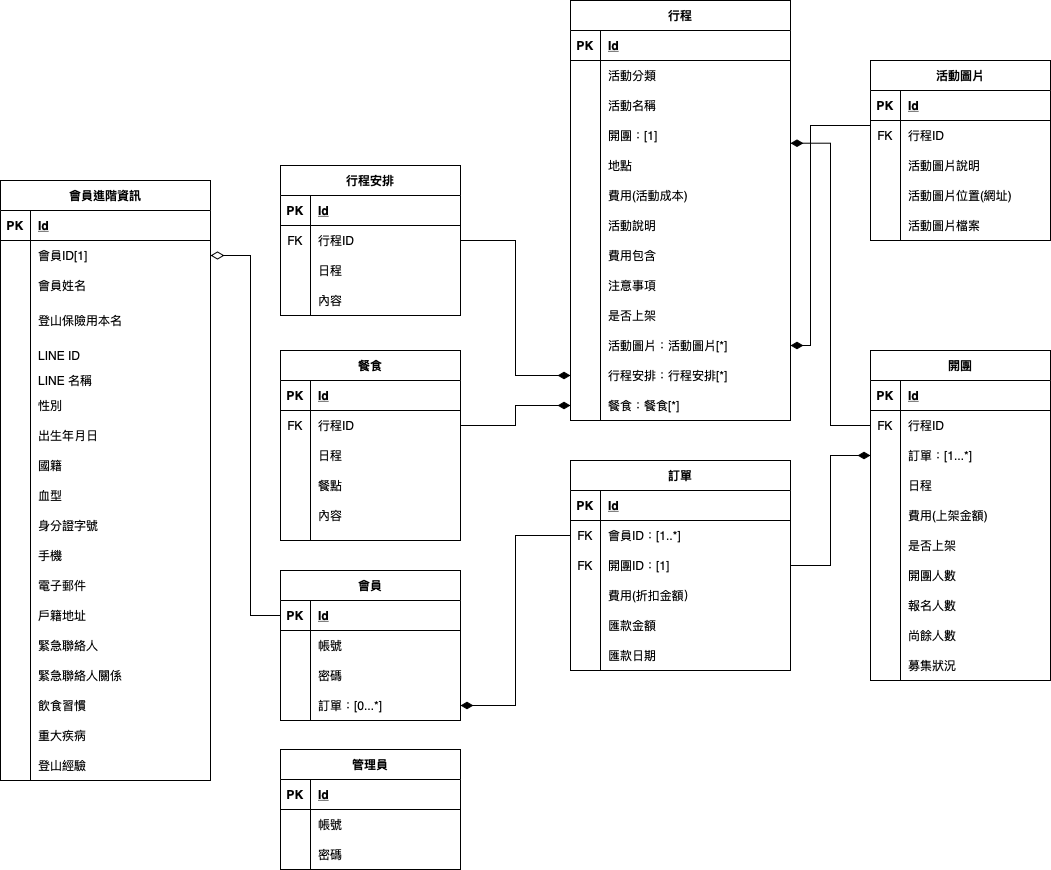
Above: Untitled Diagram.png in Yizi-Yeh/MT-Databaseplanning (draw.io), before the change. Source tidied: cells renumbered, new cells last; positions are measured from the earlier drawing's top-left corner, leaving out a move shared by most shapes.
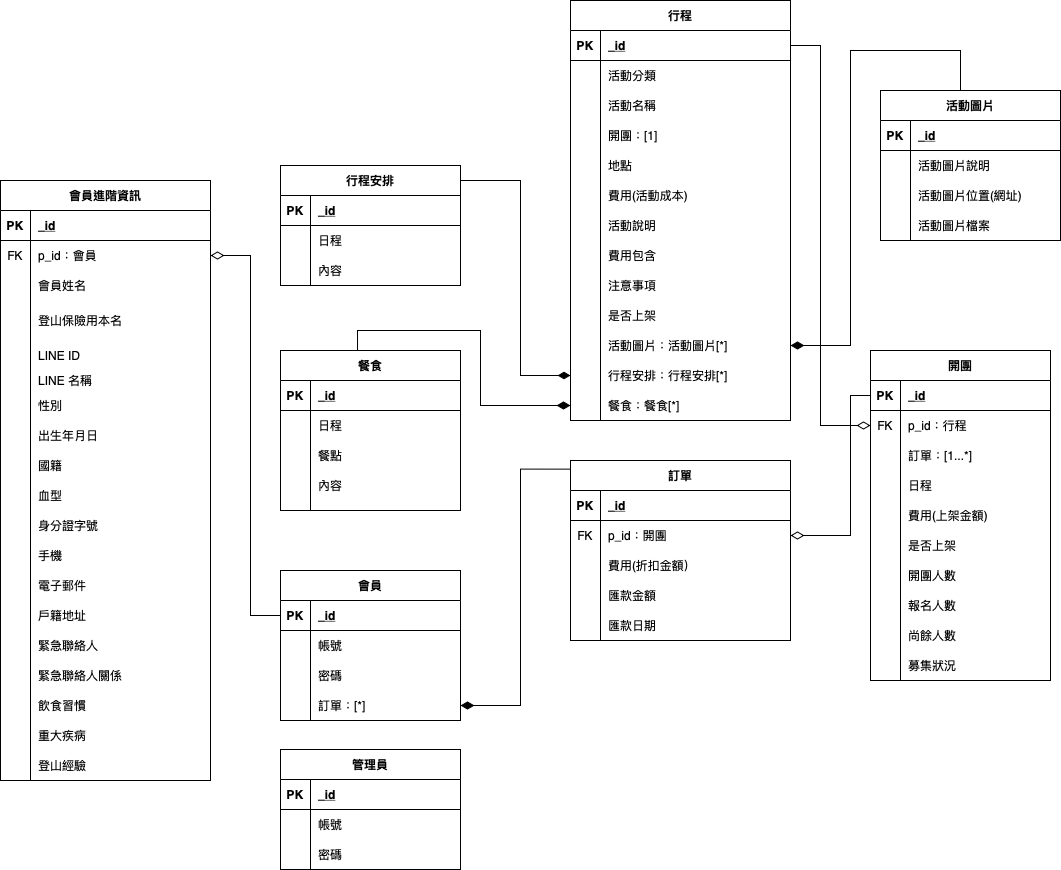
The same file after the commit.

Commit message:
資料庫規劃_R9.png

The edit, as a diff of the source:
```diff
@@ -13,3 +13,3 @@
     </mxCell>
-    <mxCell id="5" value="Id" style="shape=partialRectangle;fillColor=none;top=0;left=0;bottom=0;right=0;align=left;spacingLeft=6;fontStyle=5;overflow=hidden;" parent="3" vertex="1">
+    <mxCell id="5" value="_id" style="shape=partialRectangle;fillColor=none;top=0;left=0;bottom=0;right=0;align=left;spacingLeft=6;fontStyle=5;overflow=hidden;" parent="3" vertex="1">
       <mxGeometry x="30" width="190" height="30" as="geometry" />
@@ -133,3 +133,3 @@
     </mxCell>
-    <mxCell id="45" value="Id" style="shape=partialRectangle;fillColor=none;top=0;left=0;bottom=0;right=0;align=left;spacingLeft=6;fontStyle=5;overflow=hidden;" parent="43" vertex="1">
+    <mxCell id="45" value="_id" style="shape=partialRectangle;fillColor=none;top=0;left=0;bottom=0;right=0;align=left;spacingLeft=6;fontStyle=5;overflow=hidden;" parent="43" vertex="1">
       <mxGeometry x="30" width="150" height="30" as="geometry" />
@@ -142,3 +142,3 @@
     </mxCell>
-    <mxCell id="48" value="行程ID" style="shape=partialRectangle;fillColor=none;top=0;left=0;bottom=0;right=0;align=left;spacingLeft=6;fontStyle=0;overflow=hidden;" parent="46" vertex="1">
+    <mxCell id="48" value="p_id：行程" style="shape=partialRectangle;fillColor=none;top=0;left=0;bottom=0;right=0;align=left;spacingLeft=6;fontStyle=0;overflow=hidden;" parent="46" vertex="1">
       <mxGeometry x="30" width="150" height="30" as="geometry" />
@@ -218,3 +218,3 @@
     <mxCell id="73" value="行程安排" style="shape=table;startSize=30;rowLines=0;fontStyle=1;align=center;fillColor=none;" parent="1" vertex="1">
-      <mxGeometry x="280" y="165" width="180" height="150" as="geometry" />
+      <mxGeometry x="280" y="165" width="180" height="120" as="geometry" />
     </mxCell>
@@ -226,16 +226,7 @@
     </mxCell>
-    <mxCell id="76" value="Id" style="shape=partialRectangle;fillColor=none;top=0;left=0;bottom=0;right=0;align=left;spacingLeft=6;fontStyle=5;overflow=hidden;" parent="74" vertex="1">
+    <mxCell id="76" value="_id" style="shape=partialRectangle;fillColor=none;top=0;left=0;bottom=0;right=0;align=left;spacingLeft=6;fontStyle=5;overflow=hidden;" parent="74" vertex="1">
       <mxGeometry x="30" width="150" height="30" as="geometry" />
     </mxCell>
-    <mxCell id="77" style="shape=partialRectangle;fillColor=none;top=0;left=0;bottom=0;right=0;points=[[0,0.5],[1,0.5]];portConstraint=eastwest;" parent="73" vertex="1">
-      <mxGeometry y="60" width="180" height="30" as="geometry" />
-    </mxCell>
-    <mxCell id="78" value="FK" style="shape=partialRectangle;fillColor=none;top=0;left=0;bottom=0;right=0;fontStyle=0;overflow=hidden;" parent="77" vertex="1">
-      <mxGeometry width="30" height="30" as="geometry" />
-    </mxCell>
-    <mxCell id="79" value="行程ID" style="shape=partialRectangle;fillColor=none;top=0;left=0;bottom=0;right=0;align=left;spacingLeft=6;fontStyle=0;overflow=hidden;" parent="77" vertex="1">
-      <mxGeometry x="30" width="150" height="30" as="geometry" />
-    </mxCell>
     <mxCell id="80" style="shape=partialRectangle;fillColor=none;top=0;left=0;bottom=0;right=0;" parent="73" vertex="1">
-      <mxGeometry y="90" width="180" height="30" as="geometry" />
+      <mxGeometry y="60" width="180" height="30" as="geometry" />
     </mxCell>
@@ -248,3 +239,3 @@
     <mxCell id="83" style="shape=partialRectangle;fillColor=none;top=0;left=0;bottom=0;right=0;" parent="73" vertex="1">
-      <mxGeometry y="120" width="180" height="30" as="geometry" />
+      <mxGeometry y="90" width="180" height="30" as="geometry" />
     </mxCell>
@@ -257,3 +248,3 @@
     <mxCell id="86" value="餐食" style="shape=table;startSize=30;rowLines=0;fontStyle=1;align=center;fillColor=none;" parent="1" vertex="1">
-      <mxGeometry x="280" y="350" width="180" height="190" as="geometry" />
+      <mxGeometry x="280" y="350" width="180" height="160" as="geometry" />
     </mxCell>
@@ -265,16 +256,7 @@
     </mxCell>
-    <mxCell id="89" value="Id" style="shape=partialRectangle;fillColor=none;top=0;left=0;bottom=0;right=0;align=left;spacingLeft=6;fontStyle=5;overflow=hidden;" parent="87" vertex="1">
+    <mxCell id="89" value="_id" style="shape=partialRectangle;fillColor=none;top=0;left=0;bottom=0;right=0;align=left;spacingLeft=6;fontStyle=5;overflow=hidden;" parent="87" vertex="1">
       <mxGeometry x="30" width="150" height="30" as="geometry" />
     </mxCell>
-    <mxCell id="90" style="shape=partialRectangle;fillColor=none;top=0;left=0;bottom=0;right=0;points=[[0,0.5],[1,0.5]];portConstraint=eastwest;" parent="86" vertex="1">
-      <mxGeometry y="60" width="180" height="30" as="geometry" />
-    </mxCell>
-    <mxCell id="91" value="FK" style="shape=partialRectangle;fillColor=none;top=0;left=0;bottom=0;right=0;fontStyle=0;overflow=hidden;" parent="90" vertex="1">
-      <mxGeometry width="30" height="30" as="geometry" />
-    </mxCell>
-    <mxCell id="92" value="行程ID" style="shape=partialRectangle;fillColor=none;top=0;left=0;bottom=0;right=0;align=left;spacingLeft=6;fontStyle=0;overflow=hidden;" parent="90" vertex="1">
-      <mxGeometry x="30" width="150" height="30" as="geometry" />
-    </mxCell>
     <mxCell id="93" style="shape=partialRectangle;fillColor=none;top=0;left=0;bottom=0;right=0;" parent="86" vertex="1">
-      <mxGeometry y="90" width="180" height="30" as="geometry" />
+      <mxGeometry y="60" width="180" height="30" as="geometry" />
     </mxCell>
@@ -287,3 +269,3 @@
     <mxCell id="96" style="shape=partialRectangle;fillColor=none;top=0;left=0;bottom=0;right=0;" parent="86" vertex="1">
-      <mxGeometry y="120" width="180" height="30" as="geometry" />
+      <mxGeometry y="90" width="180" height="30" as="geometry" />
     </mxCell>
@@ -296,3 +278,3 @@
     <mxCell id="99" style="shape=partialRectangle;fillColor=none;top=0;left=0;bottom=0;right=0;" parent="86" vertex="1">
-      <mxGeometry y="150" width="180" height="30" as="geometry" />
+      <mxGeometry y="120" width="180" height="30" as="geometry" />
     </mxCell>
@@ -305,3 +287,3 @@
     <mxCell id="102" value="活動圖片" style="shape=table;startSize=30;rowLines=0;fontStyle=1;align=center;fillColor=none;" parent="1" vertex="1">
-      <mxGeometry x="870" y="60" width="180" height="180" as="geometry" />
+      <mxGeometry x="880" y="90" width="180" height="150" as="geometry" />
     </mxCell>
@@ -313,16 +295,7 @@
     </mxCell>
-    <mxCell id="105" value="Id" style="shape=partialRectangle;fillColor=none;top=0;left=0;bottom=0;right=0;align=left;spacingLeft=6;fontStyle=5;overflow=hidden;" parent="103" vertex="1">
+    <mxCell id="105" value="_id" style="shape=partialRectangle;fillColor=none;top=0;left=0;bottom=0;right=0;align=left;spacingLeft=6;fontStyle=5;overflow=hidden;" parent="103" vertex="1">
       <mxGeometry x="30" width="150" height="30" as="geometry" />
     </mxCell>
-    <mxCell id="106" style="shape=partialRectangle;fillColor=none;top=0;left=0;bottom=0;right=0;points=[[0,0.5],[1,0.5]];portConstraint=eastwest;" parent="102" vertex="1">
-      <mxGeometry y="60" width="180" height="30" as="geometry" />
-    </mxCell>
-    <mxCell id="107" value="FK" style="shape=partialRectangle;fillColor=none;top=0;left=0;bottom=0;right=0;fontStyle=0;overflow=hidden;" parent="106" vertex="1">
-      <mxGeometry width="30" height="30" as="geometry" />
-    </mxCell>
-    <mxCell id="108" value="行程ID" style="shape=partialRectangle;fillColor=none;top=0;left=0;bottom=0;right=0;align=left;spacingLeft=6;fontStyle=0;overflow=hidden;" parent="106" vertex="1">
-      <mxGeometry x="30" width="150" height="30" as="geometry" />
-    </mxCell>
     <mxCell id="109" style="shape=partialRectangle;fillColor=none;top=0;left=0;bottom=0;right=0;" parent="102" vertex="1">
-      <mxGeometry y="90" width="180" height="30" as="geometry" />
+      <mxGeometry y="60" width="180" height="30" as="geometry" />
     </mxCell>
@@ -335,3 +308,3 @@
     <mxCell id="112" style="shape=partialRectangle;fillColor=none;top=0;left=0;bottom=0;right=0;" parent="102" vertex="1">
-      <mxGeometry y="120" width="180" height="30" as="geometry" />
+      <mxGeometry y="90" width="180" height="30" as="geometry" />
     </mxCell>
@@ -344,3 +317,3 @@
     <mxCell id="115" style="shape=partialRectangle;fillColor=none;top=0;left=0;bottom=0;right=0;" parent="102" vertex="1">
-      <mxGeometry y="150" width="180" height="30" as="geometry" />
+      <mxGeometry y="120" width="180" height="30" as="geometry" />
     </mxCell>
@@ -361,3 +334,3 @@
     </mxCell>
-    <mxCell id="121" value="Id" style="shape=partialRectangle;fillColor=none;top=0;left=0;bottom=0;right=0;align=left;spacingLeft=6;fontStyle=5;overflow=hidden;" parent="119" vertex="1">
+    <mxCell id="121" value="_id" style="shape=partialRectangle;fillColor=none;top=0;left=0;bottom=0;right=0;align=left;spacingLeft=6;fontStyle=5;overflow=hidden;" parent="119" vertex="1">
       <mxGeometry x="30" width="150" height="30" as="geometry" />
@@ -388,3 +361,3 @@
     </mxCell>
-    <mxCell id="130" value="訂單：[0...*]" style="shape=partialRectangle;fillColor=none;top=0;left=0;bottom=0;right=0;align=left;spacingLeft=6;overflow=hidden;" parent="128" vertex="1">
+    <mxCell id="130" value="訂單：[*]" style="shape=partialRectangle;fillColor=none;top=0;left=0;bottom=0;right=0;align=left;spacingLeft=6;overflow=hidden;" parent="128" vertex="1">
       <mxGeometry x="30" width="150" height="30" as="geometry" />
@@ -392,3 +365,3 @@
     <mxCell id="131" value="訂單" style="shape=table;startSize=30;rowLines=0;fontStyle=1;align=center;fillColor=none;" parent="1" vertex="1">
-      <mxGeometry x="570" y="460" width="220" height="210" as="geometry" />
+      <mxGeometry x="570" y="460" width="220" height="180" as="geometry" />
     </mxCell>
@@ -400,16 +373,7 @@
     </mxCell>
-    <mxCell id="134" value="Id" style="shape=partialRectangle;fillColor=none;top=0;left=0;bottom=0;right=0;align=left;spacingLeft=6;fontStyle=5;overflow=hidden;" parent="132" vertex="1">
+    <mxCell id="134" value="_id" style="shape=partialRectangle;fillColor=none;top=0;left=0;bottom=0;right=0;align=left;spacingLeft=6;fontStyle=5;overflow=hidden;" parent="132" vertex="1">
       <mxGeometry x="30" width="190" height="30" as="geometry" />
     </mxCell>
-    <mxCell id="135" style="shape=partialRectangle;fillColor=none;top=0;left=0;bottom=0;right=0;points=[[0,0.5],[1,0.5]];portConstraint=eastwest;" parent="131" vertex="1">
-      <mxGeometry y="60" width="220" height="30" as="geometry" />
-    </mxCell>
-    <mxCell id="136" value="FK" style="shape=partialRectangle;fillColor=none;top=0;left=0;bottom=0;right=0;overflow=hidden;" parent="135" vertex="1">
-      <mxGeometry width="30" height="30" as="geometry" />
-    </mxCell>
-    <mxCell id="137" value="會員ID：[1..*]" style="shape=partialRectangle;fillColor=none;top=0;left=0;bottom=0;right=0;align=left;spacingLeft=6;overflow=hidden;" parent="135" vertex="1">
-      <mxGeometry x="30" width="190" height="30" as="geometry" />
-    </mxCell>
     <mxCell id="138" style="shape=partialRectangle;fillColor=none;top=0;left=0;bottom=0;right=0;points=[[0,0.5],[1,0.5]];portConstraint=eastwest;" parent="131" vertex="1">
-      <mxGeometry y="90" width="220" height="30" as="geometry" />
+      <mxGeometry y="60" width="220" height="30" as="geometry" />
     </mxCell>
@@ -418,3 +382,3 @@
     </mxCell>
-    <mxCell id="140" value="開團ID：[1]" style="shape=partialRectangle;fillColor=none;top=0;left=0;bottom=0;right=0;align=left;spacingLeft=6;overflow=hidden;" parent="138" vertex="1">
+    <mxCell id="140" value="p_id：開團" style="shape=partialRectangle;fillColor=none;top=0;left=0;bottom=0;right=0;align=left;spacingLeft=6;overflow=hidden;" parent="138" vertex="1">
       <mxGeometry x="30" width="190" height="30" as="geometry" />
@@ -422,3 +386,3 @@
     <mxCell id="141" style="shape=partialRectangle;fillColor=none;top=0;left=0;bottom=0;right=0;" parent="131" vertex="1">
-      <mxGeometry y="120" width="220" height="30" as="geometry" />
+      <mxGeometry y="90" width="220" height="30" as="geometry" />
     </mxCell>
@@ -431,3 +395,3 @@
     <mxCell id="144" style="shape=partialRectangle;fillColor=none;top=0;left=0;bottom=0;right=0;" parent="131" vertex="1">
-      <mxGeometry y="150" width="220" height="30" as="geometry" />
+      <mxGeometry y="120" width="220" height="30" as="geometry" />
     </mxCell>
@@ -440,3 +404,3 @@
     <mxCell id="147" style="shape=partialRectangle;fillColor=none;top=0;left=0;bottom=0;right=0;" parent="131" vertex="1">
-      <mxGeometry y="180" width="220" height="30" as="geometry" />
+      <mxGeometry y="150" width="220" height="30" as="geometry" />
     </mxCell>
@@ -448,25 +412,20 @@
     </mxCell>
-    <mxCell id="150" style="edgeStyle=orthogonalEdgeStyle;rounded=0;jettySize=auto;html=1;entryX=0;entryY=0.5;entryDx=0;entryDy=0;endArrow=diamondThin;endFill=1;endSize=10;" parent="1" edge="1" source="77" target="36">
-      <mxGeometry relative="1" as="geometry" />
+    <mxCell id="150" style="edgeStyle=orthogonalEdgeStyle;rounded=0;jettySize=auto;html=1;entryX=0;entryY=0.5;entryDx=0;entryDy=0;endArrow=diamondThin;endFill=1;endSize=10;" parent="1" edge="1" target="36">
+      <mxGeometry relative="1" as="geometry">
+        <mxPoint x="460" y="240" as="sourcePoint" />
+        <Array as="points">
+          <mxPoint x="460" y="180" />
+          <mxPoint x="520" y="180" />
+          <mxPoint x="520" y="375" />
+        </Array>
+      </mxGeometry>
     </mxCell>
-    <mxCell id="151" style="edgeStyle=orthogonalEdgeStyle;rounded=0;jettySize=auto;html=1;endArrow=diamondThin;endFill=1;startSize=18;endSize=10;" parent="1" edge="1" source="106" target="33">
-      <mxGeometry relative="1" as="geometry">
-        <Array as="points">
-          <mxPoint x="810" y="125" />
-          <mxPoint x="810" y="345" />
-        </Array>
-      </mxGeometry>
-    </mxCell>
-    <mxCell id="152" style="edgeStyle=orthogonalEdgeStyle;rounded=0;jettySize=auto;html=1;entryX=0;entryY=0.5;entryDx=0;entryDy=0;startArrow=none;startFill=0;startSize=18;endArrow=diamondThin;endFill=1;endSize=10;strokeWidth=1;" parent="1" edge="1" source="90" target="39">
-      <mxGeometry relative="1" as="geometry" />
-    </mxCell>
-    <mxCell id="153" style="edgeStyle=orthogonalEdgeStyle;rounded=0;jettySize=auto;html=1;entryX=1;entryY=0.757;entryDx=0;entryDy=0;entryPerimeter=0;startArrow=none;startFill=0;startSize=18;endArrow=diamondThin;endFill=1;endSize=10;strokeWidth=1;" parent="1" edge="1" source="46" target="12">
-      <mxGeometry relative="1" as="geometry" />
+    <mxCell id="153" style="edgeStyle=orthogonalEdgeStyle;rounded=0;jettySize=auto;html=1;entryX=1;entryY=0.5;entryDx=0;entryDy=0;startArrow=diamondThin;startFill=0;startSize=11;endArrow=none;endFill=0;endSize=10;strokeWidth=1;" parent="1" edge="1" source="46" target="3">
+      <mxGeometry relative="1" as="geometry">
+        <Array as="points">
+          <mxPoint x="820" y="425" />
+          <mxPoint x="820" y="45" />
+        </Array>
+      </mxGeometry>
     </mxCell>
-    <mxCell id="154" style="edgeStyle=orthogonalEdgeStyle;rounded=0;jettySize=auto;html=1;entryX=1;entryY=0.5;entryDx=0;entryDy=0;startArrow=none;startFill=0;startSize=10;endArrow=diamondThin;endFill=1;endSize=10;strokeWidth=1;" parent="1" edge="1" source="135" target="128">
-      <mxGeometry relative="1" as="geometry" />
-    </mxCell>
-    <mxCell id="155" style="edgeStyle=orthogonalEdgeStyle;rounded=0;jettySize=auto;html=1;entryX=0;entryY=0.5;entryDx=0;entryDy=0;startArrow=none;startFill=0;startSize=10;endArrow=diamondThin;endFill=1;endSize=10;strokeWidth=1;" parent="1" edge="1" source="138" target="49">
-      <mxGeometry relative="1" as="geometry" />
-    </mxCell>
     <mxCell id="156" value="管理員" style="shape=table;startSize=30;rowLines=0;fontStyle=1;align=center;fillColor=none;" parent="1" vertex="1">
@@ -480,3 +439,3 @@
     </mxCell>
-    <mxCell id="159" value="Id" style="shape=partialRectangle;fillColor=none;top=0;left=0;bottom=0;right=0;align=left;spacingLeft=6;fontStyle=5;overflow=hidden;" parent="157" vertex="1">
+    <mxCell id="159" value="_id" style="shape=partialRectangle;fillColor=none;top=0;left=0;bottom=0;right=0;align=left;spacingLeft=6;fontStyle=5;overflow=hidden;" parent="157" vertex="1">
       <mxGeometry x="30" width="150" height="30" as="geometry" />
@@ -510,3 +469,3 @@
     </mxCell>
-    <mxCell id="169" value="Id" style="shape=partialRectangle;fillColor=none;top=0;left=0;bottom=0;right=0;align=left;spacingLeft=6;fontStyle=5;overflow=hidden;" parent="167" vertex="1">
+    <mxCell id="169" value="_id" style="shape=partialRectangle;fillColor=none;top=0;left=0;bottom=0;right=0;align=left;spacingLeft=6;fontStyle=5;overflow=hidden;" parent="167" vertex="1">
       <mxGeometry x="30" width="180" height="30" as="geometry" />
@@ -516,6 +475,6 @@
     </mxCell>
-    <mxCell id="171" style="shape=partialRectangle;fillColor=none;top=0;left=0;bottom=0;right=0;overflow=hidden;" parent="170" vertex="1">
+    <mxCell id="171" value="FK" style="shape=partialRectangle;fillColor=none;top=0;left=0;bottom=0;right=0;overflow=hidden;" parent="170" vertex="1">
       <mxGeometry width="30" height="30" as="geometry" />
     </mxCell>
-    <mxCell id="172" value="會員ID[1]" style="shape=partialRectangle;fillColor=none;top=0;left=0;bottom=0;right=0;align=left;spacingLeft=6;overflow=hidden;" parent="170" vertex="1">
+    <mxCell id="172" value="p_id：會員" style="shape=partialRectangle;fillColor=none;top=0;left=0;bottom=0;right=0;align=left;spacingLeft=6;overflow=hidden;" parent="170" vertex="1">
       <mxGeometry x="30" width="180" height="30" as="geometry" />
@@ -675,5 +634,34 @@
     </mxCell>
-    <mxCell id="224" style="edgeStyle=orthogonalEdgeStyle;rounded=0;jettySize=auto;html=1;exitX=0;exitY=0.5;exitDx=0;exitDy=0;entryX=1;entryY=0.5;entryDx=0;entryDy=0;endArrow=diamondThin;endFill=0;strokeWidth=1;endSize=11;" parent="1" edge="1" source="119" target="170">
+    <mxCell id="224" style="edgeStyle=orthogonalEdgeStyle;rounded=0;jettySize=auto;html=1;exitX=0;exitY=0.5;exitDx=0;exitDy=0;entryX=1;entryY=0.5;entryDx=0;entryDy=0;endArrow=diamondThin;endFill=0;strokeWidth=1;endSize=11;startArrow=none;startFill=0;sourcePerimeterSpacing=9;targetPerimeterSpacing=13;startSize=11;" parent="1" edge="1" source="119" target="170">
       <mxGeometry relative="1" as="geometry" />
     </mxCell>
+    <mxCell id="225" style="edgeStyle=orthogonalEdgeStyle;rounded=0;jettySize=auto;html=1;entryX=1;entryY=0.5;entryDx=0;entryDy=0;endArrow=diamondThin;endFill=0;startSize=11;jumpSize=14;strokeWidth=1;endSize=11;exitX=0;exitY=0.5;exitDx=0;exitDy=0;" parent="1" edge="1" source="43" target="138">
+      <mxGeometry relative="1" as="geometry">
+        <Array as="points">
+          <mxPoint x="850" y="395" />
+          <mxPoint x="850" y="535" />
+        </Array>
+      </mxGeometry>
+    </mxCell>
+    <mxCell id="226" style="edgeStyle=orthogonalEdgeStyle;rounded=0;jumpSize=14;jettySize=auto;html=1;entryX=0;entryY=0.048;entryDx=0;entryDy=0;entryPerimeter=0;startArrow=diamondThin;startFill=1;startSize=11;sourcePerimeterSpacing=9;endArrow=none;endFill=0;endSize=11;targetPerimeterSpacing=13;strokeWidth=1;exitX=1;exitY=0.5;exitDx=0;exitDy=0;" parent="1" edge="1" source="128" target="131">
+      <mxGeometry relative="1" as="geometry" />
+    </mxCell>
+    <mxCell id="227" style="edgeStyle=orthogonalEdgeStyle;rounded=0;jumpSize=14;jettySize=auto;html=1;entryX=0.5;entryY=0;entryDx=0;entryDy=0;startArrow=diamondThin;startFill=1;startSize=11;sourcePerimeterSpacing=9;endArrow=none;endFill=0;endSize=11;targetPerimeterSpacing=13;strokeWidth=1;exitX=1;exitY=0.5;exitDx=0;exitDy=0;" parent="1" edge="1" source="33" target="102">
+      <mxGeometry relative="1" as="geometry">
+        <Array as="points">
+          <mxPoint x="850" y="345" />
+          <mxPoint x="850" y="50" />
+          <mxPoint x="960" y="50" />
+        </Array>
+      </mxGeometry>
+    </mxCell>
+    <mxCell id="228" style="edgeStyle=orthogonalEdgeStyle;rounded=0;jumpSize=14;jettySize=auto;html=1;entryX=0.428;entryY=0;entryDx=0;entryDy=0;entryPerimeter=0;startArrow=diamondThin;startFill=1;startSize=11;sourcePerimeterSpacing=9;endArrow=none;endFill=0;endSize=11;targetPerimeterSpacing=13;strokeWidth=1;exitX=0;exitY=0.5;exitDx=0;exitDy=0;" parent="1" edge="1" source="39" target="86">
+      <mxGeometry relative="1" as="geometry">
+        <Array as="points">
+          <mxPoint x="480" y="405" />
+          <mxPoint x="480" y="330" />
+          <mxPoint x="357" y="330" />
+        </Array>
+      </mxGeometry>
+    </mxCell>
   </root>
```
